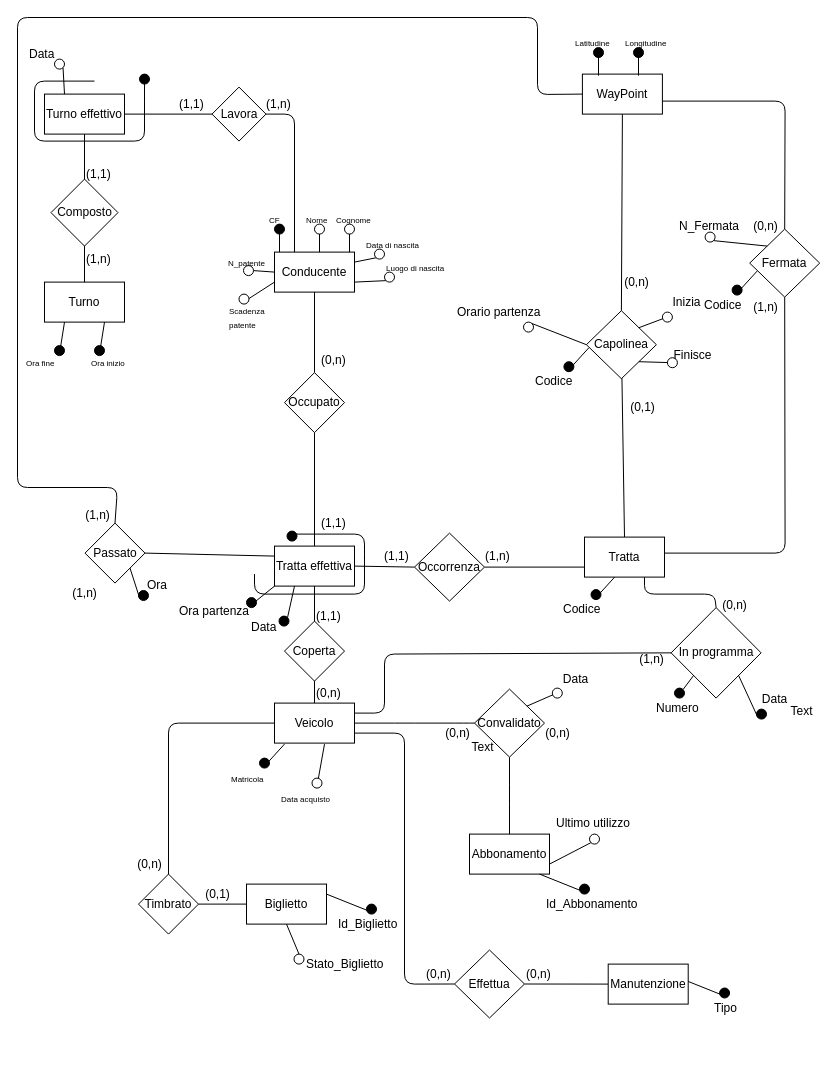
Ivan-Palm/Progetto-Basi-di-Dati keeps this draw.io diagram as Secondo ER ottimizzato.drawio. Above is the earlier version. Source tidied: cells renumbered, new cells numbered last; positions are measured from the earlier drawing's top-left corner, leaving out a move shared by most shapes. Both pictures are drawn from the tidied source at 100%, with x=0, y=0 at pixel (17, 17).
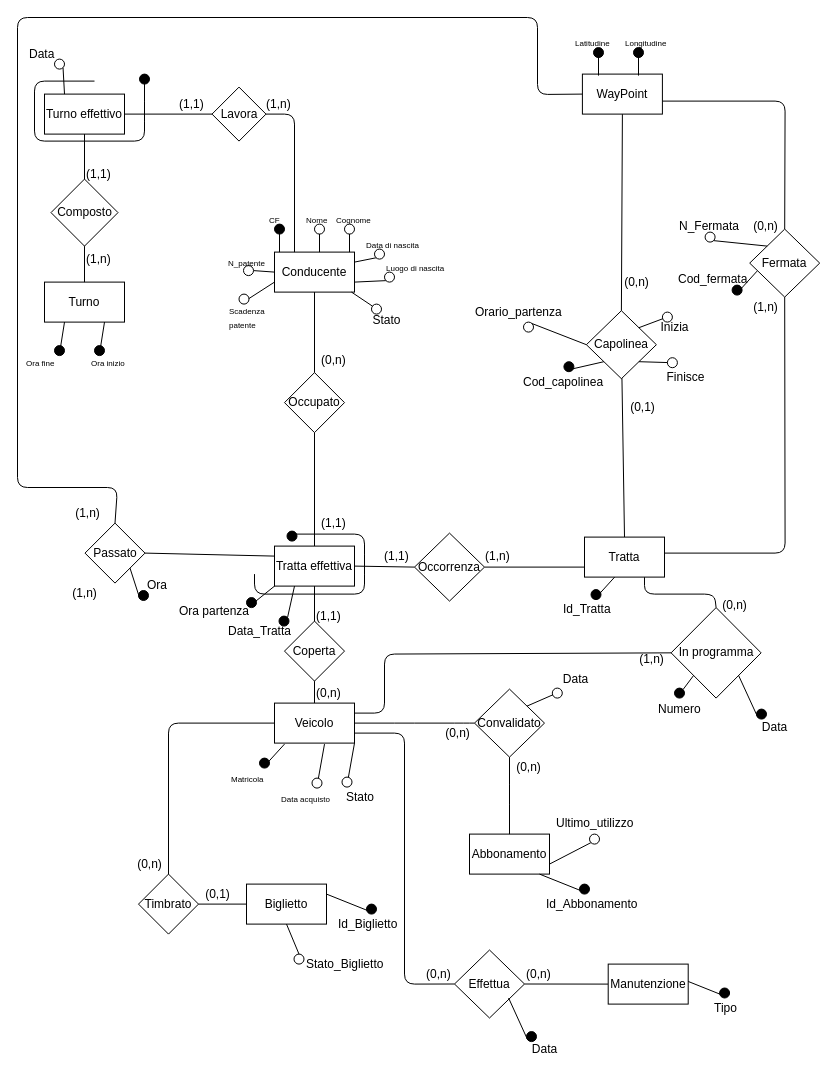
The same page after the edit.

Unchanged cells that the change refers to:
```xml
<mxCell id="132" value="Capolinea" style="rhombus;whiteSpace=wrap;html=1;" parent="1" vertex="1">
  <mxGeometry x="568.9" y="293.2" width="70" height="68" as="geometry" />
</mxCell>
```

The edit, as a diff of the source:
```diff
@@
-    <mxCell id="67" value="Data" style="text;html=1;align=left;verticalAlign=top;spacingTop=-4;" parent="1" vertex="1">
-      <mxGeometry x="231.5" y="600.1" width="40" height="20" as="geometry" />
+    <mxCell id="67" value="Data_Tratta" style="text;html=1;align=left;verticalAlign=top;spacingTop=-4;" parent="1" vertex="1">
+      <mxGeometry x="208.5" y="603.6" width="80" height="20" as="geometry" />
     </mxCell>
@@
-    <mxCell id="86" value="Ultimo utilizzo" style="text;html=1;align=left;verticalAlign=top;spacingTop=-4;fillColor=#FFFFFF;" parent="1" vertex="1">
-      <mxGeometry x="537" y="795.6" width="80" height="20" as="geometry" />
+    <mxCell id="86" value="Ultimo_utilizzo" style="text;html=1;align=left;verticalAlign=top;spacingTop=-4;fillColor=#FFFFFF;" parent="1" vertex="1">
+      <mxGeometry x="537" y="795.6" width="90" height="20" as="geometry" />
     </mxCell>
@@
-    <mxCell id="89" value="Codice" style="text;html=1;align=left;verticalAlign=top;spacingTop=-4;" parent="1" vertex="1">
-      <mxGeometry x="543.5" y="582.1" width="50" height="20" as="geometry" />
+    <mxCell id="89" value="Id_Tratta" style="text;html=1;align=left;verticalAlign=top;spacingTop=-4;" parent="1" vertex="1">
+      <mxGeometry x="543.5" y="582.1" width="60" height="20" as="geometry" />
     </mxCell>
@@
     <mxCell id="98" value="(0,n)" style="text;html=1;align=center;verticalAlign=middle;" parent="1" vertex="1">
-      <mxGeometry x="519.8" y="705.6" width="40" height="20" as="geometry" />
+      <mxGeometry x="491" y="739.6" width="40" height="20" as="geometry" />
     </mxCell>
@@
     <mxCell id="101" value="Numero" style="text;html=1;align=left;verticalAlign=top;spacingTop=-4;" parent="1" vertex="1">
-      <mxGeometry x="637" y="680.6" width="60" height="20" as="geometry" />
+      <mxGeometry x="638.9" y="681.6" width="60" height="20" as="geometry" />
     </mxCell>
@@
     <mxCell id="105" value="Data" style="text;html=1;align=center;verticalAlign=middle;" parent="1" vertex="1">
-      <mxGeometry x="737" y="671.6" width="40" height="20" as="geometry" />
+      <mxGeometry x="737" y="699.6" width="40" height="20" as="geometry" />
     </mxCell>
@@
-    <mxCell id="116" value="Text" style="text;html=1;align=center;verticalAlign=middle;" parent="1" vertex="1">
-      <mxGeometry x="445" y="719.6" width="40" height="20" as="geometry" />
-    </mxCell>
@@
-    <mxCell id="120" value="Text" style="text;html=1;align=center;verticalAlign=middle;" parent="1" vertex="1">
-      <mxGeometry x="764" y="683.6" width="40" height="20" as="geometry" />
-    </mxCell>
@@
     <mxCell id="128" value="(1,n)" style="text;html=1;align=center;verticalAlign=middle;" parent="1" vertex="1">
-      <mxGeometry x="59.5" y="487.6" width="40" height="20" as="geometry" />
+      <mxGeometry x="49.5" y="485.6" width="40" height="20" as="geometry" />
     </mxCell>
@@
     <mxCell id="141" value="Inizia" style="text;html=1;align=center;verticalAlign=middle;" parent="1" vertex="1">
-      <mxGeometry x="648.9" y="274.6" width="40" height="20" as="geometry" />
+      <mxGeometry x="637" y="299.6" width="40" height="20" as="geometry" />
     </mxCell>
@@
-    <mxCell id="144" style="endArrow=none;html=1;fillColor=#000000;exitX=0.125;exitY=1.025;exitDx=0;exitDy=0;exitPerimeter=0;" parent="1" edge="1">
+    <mxCell id="144" style="endArrow=none;html=1;fillColor=#000000;exitX=0;exitY=1;exitDx=0;exitDy=0;" parent="1" edge="1" source="132">
       <mxGeometry relative="1" as="geometry">
-        <mxPoint x="571.4" y="330.2" as="sourcePoint" />
         <mxPoint x="551.4" y="352.2" as="targetPoint" />
       </mxGeometry>
     </mxCell>
-    <mxCell id="145" value="Codice" style="text;html=1;align=left;verticalAlign=top;spacingTop=-4;" parent="1" vertex="1">
-      <mxGeometry x="516.4" y="354.2" width="50" height="20" as="geometry" />
+    <mxCell id="145" value="Cod_capolinea" style="text;html=1;align=left;verticalAlign=top;spacingTop=-4;" parent="1" vertex="1">
+      <mxGeometry x="503.5" y="355.1" width="100" height="20" as="geometry" />
     </mxCell>
@@
-    <mxCell id="147" value="Orario partenza" style="text;html=1;align=left;verticalAlign=top;spacingTop=-4;" parent="1" vertex="1">
-      <mxGeometry x="438.4" y="284.6" width="100" height="20" as="geometry" />
+    <mxCell id="147" value="Orario_partenza" style="text;html=1;align=left;verticalAlign=top;spacingTop=-4;" parent="1" vertex="1">
+      <mxGeometry x="456" y="284.6" width="100" height="20" as="geometry" />
     </mxCell>
     <mxCell id="148" value="Finisce" style="text;html=1;align=center;verticalAlign=middle;" parent="1" vertex="1">
-      <mxGeometry x="644.9" y="328.1" width="60" height="20" as="geometry" />
+      <mxGeometry x="637.6" y="350.2" width="60" height="20" as="geometry" />
     </mxCell>
@@
-    <mxCell id="150" value="Codice" style="text;html=1;align=left;verticalAlign=top;spacingTop=-4;" parent="1" vertex="1">
-      <mxGeometry x="684.6" y="277.6" width="50" height="20" as="geometry" />
+    <mxCell id="150" value="Cod_fermata" style="text;html=1;align=left;verticalAlign=top;spacingTop=-4;" parent="1" vertex="1">
+      <mxGeometry x="659" y="251.6" width="90" height="20" as="geometry" />
     </mxCell>
@@
+    <mxCell id="176" style="endArrow=none;html=1;fillColor=#000000;exitX=0.625;exitY=1.025;exitDx=0;exitDy=0;exitPerimeter=0;" parent="1" edge="1">
+      <mxGeometry relative="1" as="geometry">
+        <mxPoint x="337" y="725.6" as="sourcePoint" />
+        <mxPoint x="329.5" y="767.6" as="targetPoint" />
+      </mxGeometry>
+    </mxCell>
+    <mxCell id="177" value="Stato" style="text;html=1;align=left;verticalAlign=top;spacingTop=-4;" parent="1" vertex="1">
+      <mxGeometry x="327" y="769.6" width="40" height="20" as="geometry" />
+    </mxCell>
+    <mxCell id="178" style="ellipse;whiteSpace=wrap;html=1;fillColor=#FFFFFF;" parent="1" vertex="1">
+      <mxGeometry x="324.5" y="759.6" width="10" height="10" as="geometry" />
+    </mxCell>
+    <mxCell id="179" style="endArrow=none;html=1;fillColor=#000000;exitX=1;exitY=1;exitDx=0;exitDy=0;" parent="1" edge="1">
+      <mxGeometry relative="1" as="geometry">
+        <mxPoint x="334" y="274.6" as="sourcePoint" />
+        <mxPoint x="357" y="290" as="targetPoint" />
+      </mxGeometry>
+    </mxCell>
+    <mxCell id="180" style="ellipse;whiteSpace=wrap;html=1;fillColor=#FFFFFF;" parent="1" vertex="1">
+      <mxGeometry x="354" y="286.6" width="10" height="10" as="geometry" />
+    </mxCell>
+    <mxCell id="181" value="Stato" style="text;html=1;align=center;verticalAlign=middle;" parent="1" vertex="1">
+      <mxGeometry x="349" y="292.6" width="40" height="20" as="geometry" />
+    </mxCell>
+    <mxCell id="182" style="endArrow=none;html=1;fillColor=#000000;exitX=1;exitY=1;exitDx=0;exitDy=0;entryX=0;entryY=1;entryDx=0;entryDy=0;" parent="1" edge="1" target="183">
+      <mxGeometry relative="1" as="geometry">
+        <mxPoint x="491.1" y="980.5" as="sourcePoint" />
+      </mxGeometry>
+    </mxCell>
+    <mxCell id="183" style="ellipse;whiteSpace=wrap;html=1;fillColor=#000000;" parent="1" vertex="1">
+      <mxGeometry x="509" y="1014.1" width="10" height="10" as="geometry" />
+    </mxCell>
+    <mxCell id="184" value="Data" style="text;html=1;align=center;verticalAlign=middle;" parent="1" vertex="1">
+      <mxGeometry x="507" y="1022.1" width="40" height="20" as="geometry" />
+    </mxCell>
```
